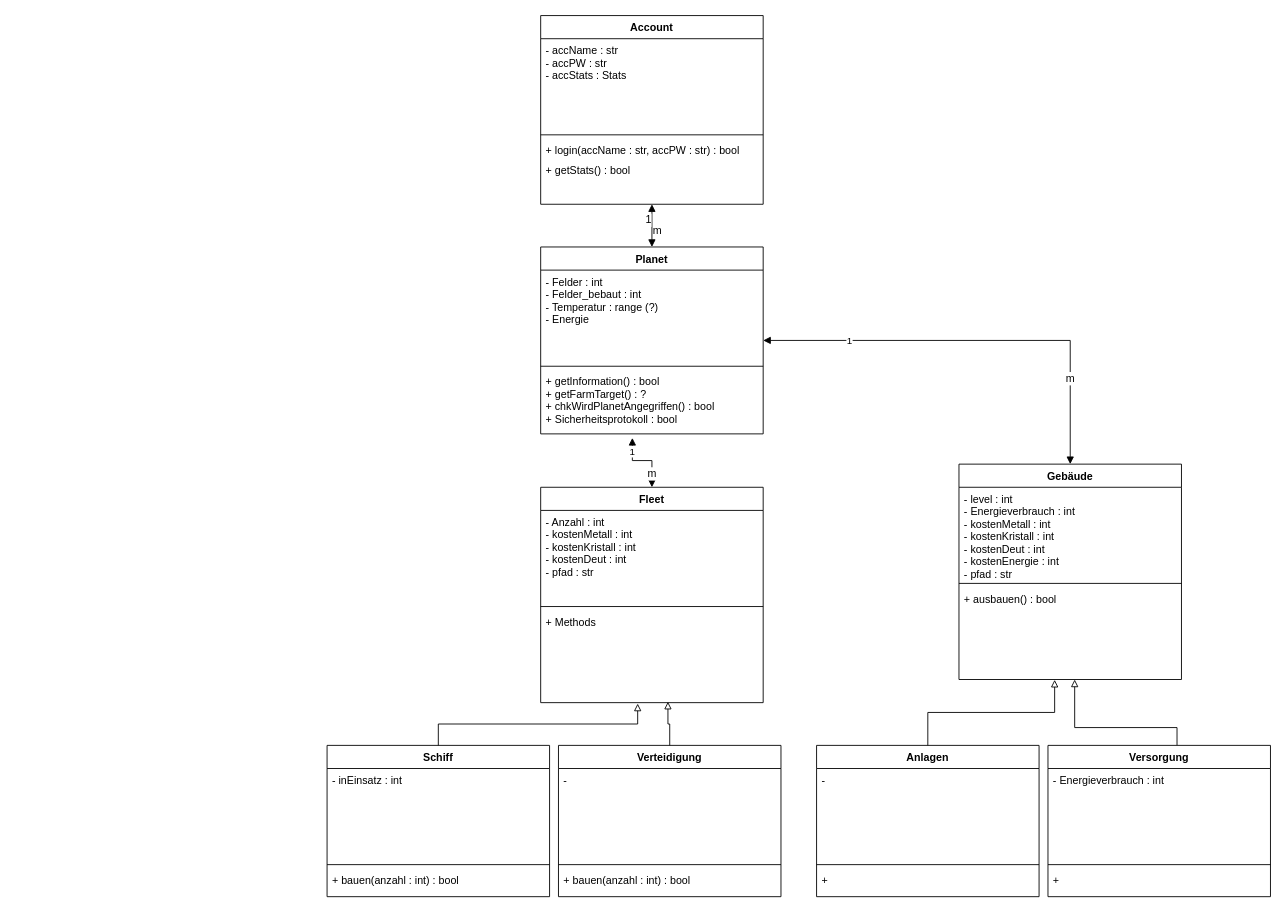
The draw.io diagram UML.drawio in sHooPmyWooP/BotGame, before the edit. Source tidied: cells renumbered, new cells numbered last; positions are measured from the earlier drawing's top-left corner, leaving out a move shared by most shapes. Both pictures are drawn from the tidied source at 89%, with x=0, y=0 at pixel (327, 15).
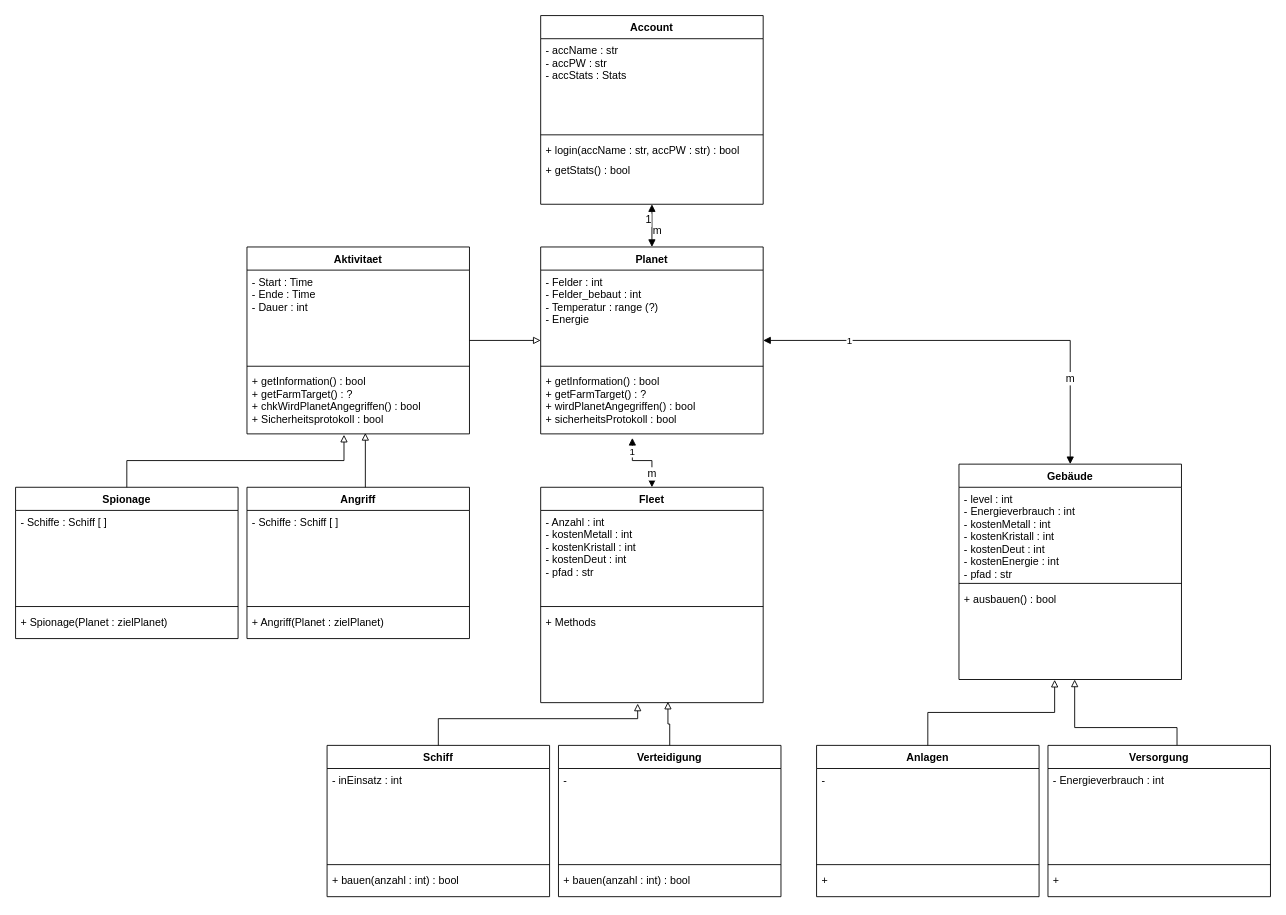
The same page after the edit.

The change refers to these unchanged cells:
```xml
<mxCell id="12" value="Planet" style="swimlane;fontStyle=1;align=center;verticalAlign=top;horizontal=1;startSize=26;" parent="1" vertex="1">
  <mxGeometry x="240" y="260" width="250" height="210" as="geometry" />
</mxCell>
<mxCell id="35" value="Schiff" style="swimlane;fontStyle=1;align=center;verticalAlign=top;horizontal=1;startSize=26;" parent="1" vertex="1">
  <mxGeometry y="820" width="250" height="170" as="geometry" />
</mxCell>
<mxCell id="42" value="+ Methods" style="text;strokeColor=none;fillColor=none;align=left;verticalAlign=top;spacingLeft=4;spacingRight=4;overflow=hidden;points=[[0,0.5],[1,0.5]];portConstraint=eastwest;" parent="39" vertex="1">
  <mxGeometry y="138" width="250" height="104" as="geometry" />
</mxCell>
```

Diff of the diagram source:
```diff
@@
+    <mxCell id="46" style="edgeStyle=orthogonalEdgeStyle;rounded=0;jettySize=auto;html=1;startArrow=block;startFill=0;endArrow=none;endFill=0;" parent="1" edge="1" source="12" target="47">
+      <mxGeometry relative="1" as="geometry" />
+    </mxCell>
@@
-    <mxCell id="15" value="+ getInformation() : bool&#10;+ getFarmTarget() : ?&#10;+ chkWirdPlanetAngegriffen() : bool&#10;+ Sicherheitsprotokoll : bool&#10;" style="text;strokeColor=none;fillColor=none;align=left;verticalAlign=top;spacingLeft=4;spacingRight=4;overflow=hidden;points=[[0,0.5],[1,0.5]];portConstraint=eastwest;" parent="12" vertex="1">
+    <mxCell id="15" value="+ getInformation() : bool&#10;+ getFarmTarget() : ?&#10;+ wirdPlanetAngegriffen() : bool&#10;+ sicherheitsProtokoll : bool&#10;" style="text;strokeColor=none;fillColor=none;align=left;verticalAlign=top;spacingLeft=4;spacingRight=4;overflow=hidden;points=[[0,0.5],[1,0.5]];portConstraint=eastwest;" parent="12" vertex="1">
       <mxGeometry y="138" width="250" height="72" as="geometry" />
     </mxCell>
+    <mxCell id="47" value="Aktivitaet" style="swimlane;fontStyle=1;align=center;verticalAlign=top;horizontal=1;startSize=26;" parent="1" vertex="1">
+      <mxGeometry x="-90" y="260" width="250" height="210" as="geometry" />
+    </mxCell>
+    <mxCell id="48" value="- Start : Time&#10;- Ende : Time&#10;- Dauer : int" style="text;strokeColor=none;fillColor=none;align=left;verticalAlign=top;spacingLeft=4;spacingRight=4;overflow=hidden;" parent="47" vertex="1">
+      <mxGeometry y="26" width="250" height="104" as="geometry" />
+    </mxCell>
+    <mxCell id="49" style="line;strokeWidth=1;fillColor=none;align=left;verticalAlign=middle;spacingTop=-1;spacingLeft=3;spacingRight=3;labelPosition=right;" parent="47" vertex="1">
+      <mxGeometry y="130" width="250" height="8" as="geometry" />
+    </mxCell>
+    <mxCell id="50" value="+ getInformation() : bool&#10;+ getFarmTarget() : ?&#10;+ chkWirdPlanetAngegriffen() : bool&#10;+ Sicherheitsprotokoll : bool&#10;" style="text;strokeColor=none;fillColor=none;align=left;verticalAlign=top;spacingLeft=4;spacingRight=4;overflow=hidden;points=[[0,0.5],[1,0.5]];portConstraint=eastwest;" parent="47" vertex="1">
+      <mxGeometry y="138" width="250" height="72" as="geometry" />
+    </mxCell>
@@
     <mxCell id="43" style="edgeStyle=orthogonalEdgeStyle;rounded=0;jettySize=auto;html=1;startArrow=block;startFill=0;endArrow=none;endFill=0;exitX=0.436;exitY=1.01;exitDx=0;exitDy=0;exitPerimeter=0;" parent="1" edge="1" source="42" target="35">
-      <mxGeometry relative="1" as="geometry" />
+      <mxGeometry relative="1" as="geometry">
+        <Array as="points">
+          <mxPoint x="349" y="790" />
+          <mxPoint x="125" y="790" />
+        </Array>
+      </mxGeometry>
     </mxCell>
@@
+    <mxCell id="51" value="Angriff" style="swimlane;fontStyle=1;align=center;verticalAlign=top;horizontal=1;startSize=26;" parent="1" vertex="1">
+      <mxGeometry x="-90" y="530" width="250" height="170" as="geometry" />
+    </mxCell>
+    <mxCell id="52" value="- Schiffe : Schiff [ ]" style="text;strokeColor=none;fillColor=none;align=left;verticalAlign=top;spacingLeft=4;spacingRight=4;overflow=hidden;" parent="51" vertex="1">
+      <mxGeometry y="26" width="250" height="104" as="geometry" />
+    </mxCell>
+    <mxCell id="53" style="line;strokeWidth=1;fillColor=none;align=left;verticalAlign=middle;spacingTop=-1;spacingLeft=3;spacingRight=3;labelPosition=right;" parent="51" vertex="1">
+      <mxGeometry y="130" width="250" height="8" as="geometry" />
+    </mxCell>
+    <mxCell id="54" value="+ Angriff(Planet : zielPlanet)" style="text;strokeColor=none;fillColor=none;align=left;verticalAlign=top;spacingLeft=4;spacingRight=4;overflow=hidden;" parent="51" vertex="1">
+      <mxGeometry y="138" width="250" height="32" as="geometry" />
+    </mxCell>
+    <mxCell id="55" style="edgeStyle=orthogonalEdgeStyle;rounded=0;jettySize=auto;html=1;startArrow=block;startFill=0;endArrow=none;endFill=0;exitX=0.532;exitY=0.986;exitDx=0;exitDy=0;exitPerimeter=0;entryX=0.532;entryY=0;entryDx=0;entryDy=0;entryPerimeter=0;" parent="1" edge="1" source="50" target="51">
+      <mxGeometry relative="1" as="geometry" />
+    </mxCell>
+    <mxCell id="56" value="Spionage" style="swimlane;fontStyle=1;align=center;verticalAlign=top;horizontal=1;startSize=26;" parent="1" vertex="1">
+      <mxGeometry x="-350" y="530" width="250" height="170" as="geometry" />
+    </mxCell>
+    <mxCell id="57" value="- Schiffe : Schiff [ ]" style="text;strokeColor=none;fillColor=none;align=left;verticalAlign=top;spacingLeft=4;spacingRight=4;overflow=hidden;" parent="56" vertex="1">
+      <mxGeometry y="26" width="250" height="104" as="geometry" />
+    </mxCell>
+    <mxCell id="58" style="line;strokeWidth=1;fillColor=none;align=left;verticalAlign=middle;spacingTop=-1;spacingLeft=3;spacingRight=3;labelPosition=right;" parent="56" vertex="1">
+      <mxGeometry y="130" width="250" height="8" as="geometry" />
+    </mxCell>
+    <mxCell id="59" value="+ Spionage(Planet : zielPlanet)" style="text;strokeColor=none;fillColor=none;align=left;verticalAlign=top;spacingLeft=4;spacingRight=4;overflow=hidden;" parent="56" vertex="1">
+      <mxGeometry y="138" width="250" height="32" as="geometry" />
+    </mxCell>
+    <mxCell id="60" style="edgeStyle=orthogonalEdgeStyle;rounded=0;jettySize=auto;html=1;startArrow=block;startFill=0;endArrow=none;endFill=0;exitX=0.436;exitY=1.014;exitDx=0;exitDy=0;exitPerimeter=0;" parent="1" edge="1" source="50" target="56">
+      <mxGeometry relative="1" as="geometry" />
+    </mxCell>
```
